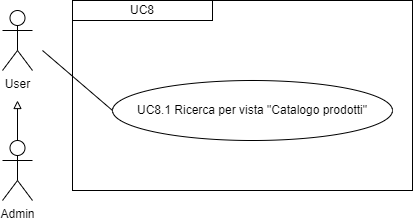
This is imgs/Uml/UC8.1.png from ShameIRL/farmacode, a draw.io export, as it was before one commit. Source tidied: cells renumbered, new cells last; positions are measured from the earlier drawing's top-left corner, leaving out a move shared by most shapes.
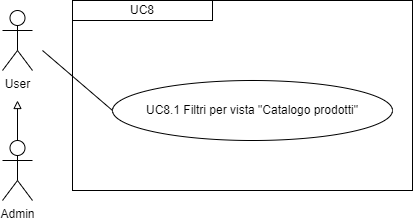
Above is the later version.

Diff of the diagram source:
```diff
@@ -5,7 +5,7 @@
     <mxCell id="2" value="User" style="shape=umlActor;verticalLabelPosition=bottom;verticalAlign=top;html=1;" parent="1" vertex="1">
       <mxGeometry y="10" width="30" height="60" as="geometry" />
     </mxCell>
-    <mxCell id="3" value="UC8.1 Ricerca per vista &quot;Catalogo prodotti&quot;" style="ellipse;whiteSpace=wrap;html=1;" parent="1" vertex="1">
+    <mxCell id="3" value="UC8.1 Filtri per vista &quot;Catalogo prodotti&quot;" style="ellipse;whiteSpace=wrap;html=1;" parent="1" vertex="1">
       <mxGeometry x="110" y="80" width="280" height="60" as="geometry" />
     </mxCell>
     <mxCell id="4" style="endArrow=none;html=1;rounded=0;entryX=0;entryY=0.5;entryDx=0;entryDy=0;" parent="1" edge="1" target="3">
```
